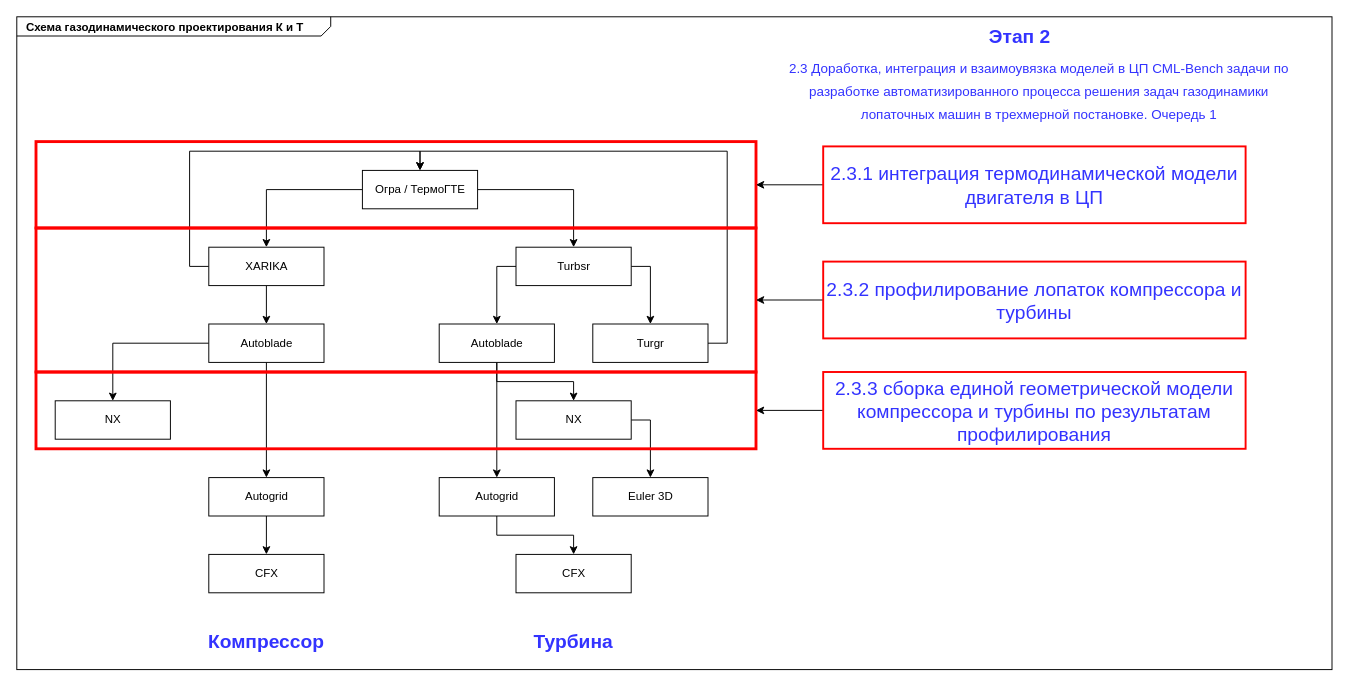
This is Gasdyn.drawio from AleksTikhonov/CML-Bench-API, a draw.io file, before an edit. Source tidied: cells renumbered, new cells numbered last; positions are measured from the earlier drawing's top-left corner, leaving out a move shared by most shapes. Both pictures are drawn from the tidied source at 96%, with x=0, y=0 at pixel (16, 16).
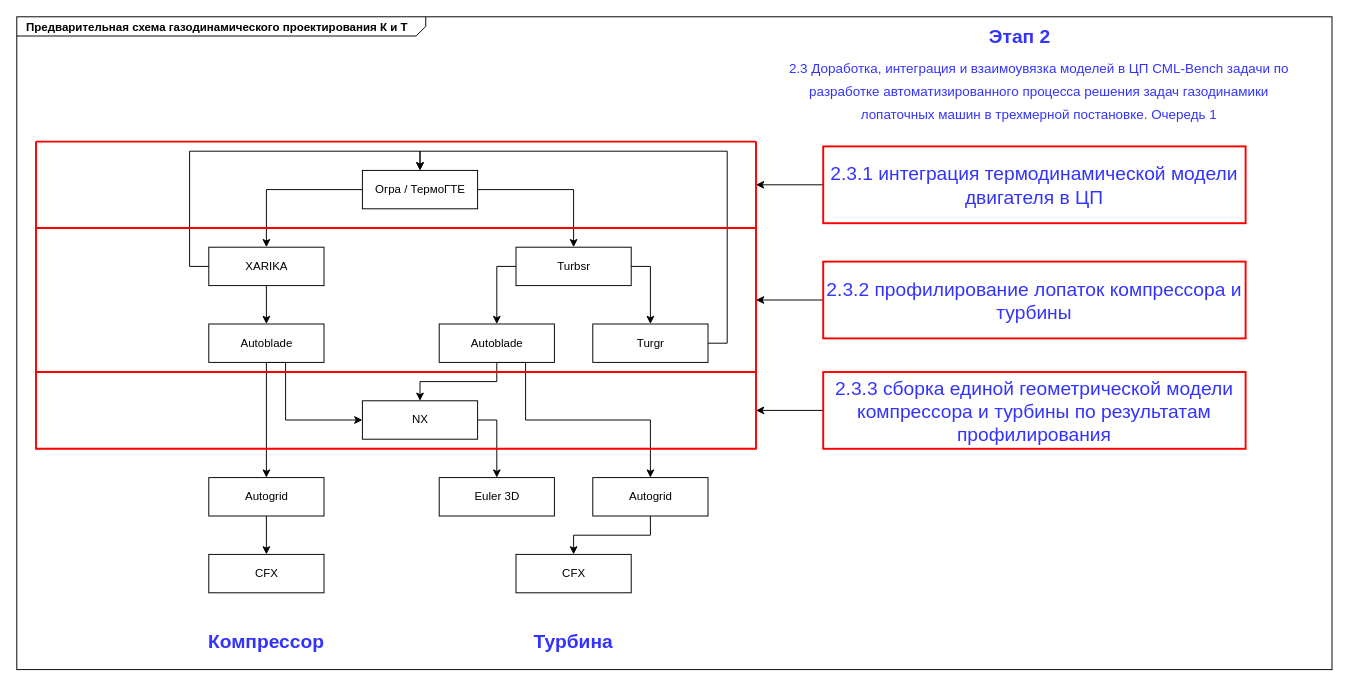
The same page after the edit.

Unchanged cells that the change refers to:
```xml
<mxCell id="37" value="2.3.1 интеграция термодинамической модели двигателя в ЦП" style="text;whiteSpace=wrap;html=1;fontSize=20;fontColor=#3333FF;align=center;verticalAlign=middle;strokeWidth=2;strokeColor=#FF0000;" parent="1" vertex="1">
  <mxGeometry x="840" y="135" width="440" height="80" as="geometry" />
</mxCell>
<mxCell id="39" value="2.3.2 профилирование лопаток компрессора и турбины" style="text;whiteSpace=wrap;html=1;fontSize=20;fontColor=#3333FF;align=center;verticalAlign=middle;strokeWidth=2;strokeColor=#FF0000;" parent="1" vertex="1">
  <mxGeometry x="840" y="255" width="440" height="80" as="geometry" />
</mxCell>
<mxCell id="41" value="2.3.3 сборка единой геометрической модели компрессора и турбины по результатам профилирования" style="text;whiteSpace=wrap;html=1;fontSize=20;fontColor=#3333FF;align=center;verticalAlign=middle;strokeWidth=2;strokeColor=#FF0000;" parent="1" vertex="1">
  <mxGeometry x="840" y="370" width="440" height="80" as="geometry" />
</mxCell>
```

Diff of the diagram source:
```diff
@@
-    <mxCell id="2" value="&lt;p style=&quot;margin: 0px ; margin-top: 4px ; margin-left: 10px ; text-align: left&quot;&gt;&lt;b&gt;Схема газодинамического проектирования К и Т&lt;/b&gt;&lt;/p&gt;" style="html=1;strokeWidth=1;shape=mxgraph.sysml.package;html=1;overflow=fill;whiteSpace=wrap;fillColor=none;gradientColor=none;fontSize=12;align=center;labelX=327.64;" parent="1" vertex="1">
+    <mxCell id="2" value="&lt;p style=&quot;margin: 0px ; margin-top: 4px ; margin-left: 10px ; text-align: left&quot;&gt;&lt;b&gt;Предварительная схема газодинамического проектирования К и Т&lt;/b&gt;&lt;/p&gt;" style="html=1;strokeWidth=1;shape=mxgraph.sysml.package;html=1;overflow=fill;whiteSpace=wrap;fillColor=none;gradientColor=none;fontSize=12;align=center;labelX=426;" parent="1" vertex="1">
       <mxGeometry width="1370" height="680" as="geometry" />
     </mxCell>
@@
-    <mxCell id="5" value="Огра / ТермоГТЕ" style="html=1;" parent="1" vertex="1">
-      <mxGeometry x="360" y="160" width="120" height="40" as="geometry" />
-    </mxCell>
-    <mxCell id="6" style="edgeStyle=orthogonalEdgeStyle;rounded=0;jettySize=auto;html=1;exitX=1;exitY=0.5;exitDx=0;exitDy=0;entryX=0.5;entryY=0;entryDx=0;entryDy=0;" parent="1" edge="1" source="8" target="10">
-      <mxGeometry relative="1" as="geometry" />
-    </mxCell>
-    <mxCell id="7" style="edgeStyle=orthogonalEdgeStyle;rounded=0;jettySize=auto;html=1;exitX=0;exitY=0.5;exitDx=0;exitDy=0;entryX=0.5;entryY=0;entryDx=0;entryDy=0;" parent="1" edge="1" source="8" target="13">
-      <mxGeometry relative="1" as="geometry" />
-    </mxCell>
-    <mxCell id="8" value="Turbsr" style="html=1;" parent="1" vertex="1">
-      <mxGeometry x="520" y="240" width="120" height="40" as="geometry" />
-    </mxCell>
@@
-    <mxCell id="10" value="Turgr" style="html=1;" parent="1" vertex="1">
-      <mxGeometry x="600" y="320" width="120" height="40" as="geometry" />
-    </mxCell>
@@
     <mxCell id="12" style="edgeStyle=orthogonalEdgeStyle;rounded=0;jettySize=auto;html=1;exitX=0.5;exitY=1;exitDx=0;exitDy=0;entryX=0.5;entryY=0;entryDx=0;entryDy=0;" parent="1" edge="1" source="13" target="18">
-      <mxGeometry relative="1" as="geometry" />
+      <mxGeometry relative="1" as="geometry">
+        <Array as="points">
+          <mxPoint x="530" y="360" />
+          <mxPoint x="530" y="420" />
+          <mxPoint x="660" y="420" />
+        </Array>
+      </mxGeometry>
     </mxCell>
-    <mxCell id="13" value="Autoblade" style="html=1;" parent="1" vertex="1">
-      <mxGeometry x="440" y="320" width="120" height="40" as="geometry" />
-    </mxCell>
@@
-    <mxCell id="15" value="NX" style="html=1;" parent="1" vertex="1">
-      <mxGeometry x="520" y="400" width="120" height="40" as="geometry" />
-    </mxCell>
     <mxCell id="16" value="Euler 3D" style="html=1;" parent="1" vertex="1">
-      <mxGeometry x="600" y="480" width="120" height="40" as="geometry" />
+      <mxGeometry x="440" y="480" width="120" height="40" as="geometry" />
     </mxCell>
@@
     <mxCell id="18" value="Autogrid" style="html=1;" parent="1" vertex="1">
-      <mxGeometry x="440" y="480" width="120" height="40" as="geometry" />
+      <mxGeometry x="600" y="480" width="120" height="40" as="geometry" />
     </mxCell>
@@
-    <mxCell id="20" style="edgeStyle=orthogonalEdgeStyle;rounded=0;jettySize=auto;html=1;exitX=0.5;exitY=1;exitDx=0;exitDy=0;entryX=0.5;entryY=0;entryDx=0;entryDy=0;" parent="1" edge="1" source="22" target="26">
-      <mxGeometry relative="1" as="geometry" />
-    </mxCell>
@@
-    <mxCell id="22" value="XARIKA" style="html=1;" parent="1" vertex="1">
-      <mxGeometry x="200" y="240" width="120" height="40" as="geometry" />
-    </mxCell>
-    <mxCell id="23" value="NX" style="html=1;" parent="1" vertex="1">
-      <mxGeometry x="40" y="400" width="120" height="40" as="geometry" />
-    </mxCell>
@@
-    <mxCell id="25" style="edgeStyle=orthogonalEdgeStyle;rounded=0;jettySize=auto;html=1;exitX=0;exitY=0.5;exitDx=0;exitDy=0;entryX=0.5;entryY=0;entryDx=0;entryDy=0;" parent="1" edge="1" source="26" target="23">
-      <mxGeometry relative="1" as="geometry" />
-    </mxCell>
-    <mxCell id="26" value="Autoblade" style="html=1;" parent="1" vertex="1">
-      <mxGeometry x="200" y="320" width="120" height="40" as="geometry" />
-    </mxCell>
+    <mxCell id="43" style="edgeStyle=orthogonalEdgeStyle;rounded=0;jettySize=auto;html=1;exitX=0.5;exitY=1;exitDx=0;exitDy=0;entryX=0;entryY=0.5;entryDx=0;entryDy=0;fontSize=20;fontColor=#3333FF;" parent="1" edge="1" source="26" target="15">
+      <mxGeometry relative="1" as="geometry">
+        <Array as="points">
+          <mxPoint x="280" y="360" />
+          <mxPoint x="280" y="420" />
+        </Array>
+      </mxGeometry>
+    </mxCell>
@@
-    <mxCell id="32" style="rounded=0;whiteSpace=wrap;html=1;fontSize=20;fontColor=#3333FF;fillColor=none;strokeColor=#FF0000;strokeWidth=3;" parent="1" vertex="1">
-      <mxGeometry x="20" y="130" width="750" height="90" as="geometry" />
-    </mxCell>
-    <mxCell id="33" style="rounded=0;whiteSpace=wrap;html=1;fontSize=20;fontColor=#3333FF;fillColor=none;strokeColor=#FF0000;strokeWidth=3;" parent="1" vertex="1">
-      <mxGeometry x="20" y="220" width="750" height="150" as="geometry" />
-    </mxCell>
-    <mxCell id="34" style="rounded=0;whiteSpace=wrap;html=1;fontSize=20;fontColor=#3333FF;fillColor=none;strokeColor=#FF0000;strokeWidth=3;" parent="1" vertex="1">
-      <mxGeometry x="20" y="370" width="750" height="80" as="geometry" />
-    </mxCell>
@@
-    <mxCell id="36" style="edgeStyle=orthogonalEdgeStyle;rounded=0;jettySize=auto;html=1;exitX=0;exitY=0.5;exitDx=0;exitDy=0;entryX=1;entryY=0.5;entryDx=0;entryDy=0;fontSize=20;fontColor=#3333FF;" parent="1" edge="1" source="37" target="32">
-      <mxGeometry relative="1" as="geometry" />
-    </mxCell>
+    <mxCell id="44" style="edgeStyle=orthogonalEdgeStyle;rounded=0;jettySize=auto;html=1;exitX=0;exitY=0.5;exitDx=0;exitDy=0;entryX=1;entryY=0.5;entryDx=0;entryDy=0;fontSize=20;fontColor=#3333FF;" parent="1" edge="1" source="37" target="49">
+      <mxGeometry relative="1" as="geometry" />
+    </mxCell>
@@
-    <mxCell id="38" style="edgeStyle=orthogonalEdgeStyle;rounded=0;jettySize=auto;html=1;exitX=0;exitY=0.5;exitDx=0;exitDy=0;entryX=1;entryY=0.5;entryDx=0;entryDy=0;fontSize=20;fontColor=#3333FF;" parent="1" edge="1" source="39" target="33">
-      <mxGeometry relative="1" as="geometry" />
-    </mxCell>
+    <mxCell id="45" style="edgeStyle=orthogonalEdgeStyle;rounded=0;jettySize=auto;html=1;exitX=0;exitY=0.5;exitDx=0;exitDy=0;entryX=1;entryY=0.5;entryDx=0;entryDy=0;fontSize=20;fontColor=#3333FF;" parent="1" edge="1" source="39" target="48">
+      <mxGeometry relative="1" as="geometry" />
+    </mxCell>
@@
-    <mxCell id="40" style="edgeStyle=orthogonalEdgeStyle;rounded=0;jettySize=auto;html=1;exitX=0;exitY=0.5;exitDx=0;exitDy=0;entryX=1;entryY=0.5;entryDx=0;entryDy=0;fontSize=20;fontColor=#3333FF;" parent="1" edge="1" source="41" target="34">
-      <mxGeometry relative="1" as="geometry" />
-    </mxCell>
+    <mxCell id="46" style="edgeStyle=orthogonalEdgeStyle;rounded=0;jettySize=auto;html=1;exitX=0;exitY=0.5;exitDx=0;exitDy=0;entryX=1;entryY=0.5;entryDx=0;entryDy=0;fontSize=20;fontColor=#3333FF;" parent="1" edge="1" source="41" target="47">
+      <mxGeometry relative="1" as="geometry" />
+    </mxCell>
@@
+    <mxCell id="47" style="swimlane;startSize=0;fontSize=20;fontColor=#3333FF;strokeColor=#FF0000;strokeWidth=2;fillColor=none;align=center;verticalAlign=middle;" parent="1" vertex="1">
+      <mxGeometry x="20" y="370" width="750" height="80" as="geometry" />
+    </mxCell>
+    <mxCell id="15" value="NX" style="html=1;" parent="47" vertex="1">
+      <mxGeometry x="340" y="30" width="120" height="40" as="geometry" />
+    </mxCell>
+    <mxCell id="48" style="swimlane;startSize=0;fontSize=20;fontColor=#3333FF;strokeColor=#FF0000;strokeWidth=2;fillColor=none;align=center;verticalAlign=middle;" parent="1" vertex="1">
+      <mxGeometry x="20" y="220" width="750" height="150" as="geometry" />
+    </mxCell>
+    <mxCell id="26" value="Autoblade" style="html=1;" parent="48" vertex="1">
+      <mxGeometry x="180" y="100" width="120" height="40" as="geometry" />
+    </mxCell>
+    <mxCell id="22" value="XARIKA" style="html=1;" parent="48" vertex="1">
+      <mxGeometry x="180" y="20" width="120" height="40" as="geometry" />
+    </mxCell>
+    <mxCell id="20" style="edgeStyle=orthogonalEdgeStyle;rounded=0;jettySize=auto;html=1;exitX=0.5;exitY=1;exitDx=0;exitDy=0;entryX=0.5;entryY=0;entryDx=0;entryDy=0;" parent="48" edge="1" source="22" target="26">
+      <mxGeometry relative="1" as="geometry" />
+    </mxCell>
+    <mxCell id="10" value="Turgr" style="html=1;" parent="48" vertex="1">
+      <mxGeometry x="580" y="100" width="120" height="40" as="geometry" />
+    </mxCell>
+    <mxCell id="13" value="Autoblade" style="html=1;" parent="48" vertex="1">
+      <mxGeometry x="420" y="100" width="120" height="40" as="geometry" />
+    </mxCell>
+    <mxCell id="8" value="Turbsr" style="html=1;" parent="48" vertex="1">
+      <mxGeometry x="500" y="20" width="120" height="40" as="geometry" />
+    </mxCell>
+    <mxCell id="6" style="edgeStyle=orthogonalEdgeStyle;rounded=0;jettySize=auto;html=1;exitX=1;exitY=0.5;exitDx=0;exitDy=0;entryX=0.5;entryY=0;entryDx=0;entryDy=0;" parent="48" edge="1" source="8" target="10">
+      <mxGeometry relative="1" as="geometry" />
+    </mxCell>
+    <mxCell id="7" style="edgeStyle=orthogonalEdgeStyle;rounded=0;jettySize=auto;html=1;exitX=0;exitY=0.5;exitDx=0;exitDy=0;entryX=0.5;entryY=0;entryDx=0;entryDy=0;" parent="48" edge="1" source="8" target="13">
+      <mxGeometry relative="1" as="geometry" />
+    </mxCell>
+    <mxCell id="49" style="swimlane;startSize=0;fontSize=20;fontColor=#3333FF;strokeColor=#FF0000;strokeWidth=2;fillColor=none;align=center;verticalAlign=middle;" parent="1" vertex="1">
+      <mxGeometry x="20" y="130" width="750" height="90" as="geometry" />
+    </mxCell>
+    <mxCell id="5" value="Огра / ТермоГТЕ" style="html=1;" parent="49" vertex="1">
+      <mxGeometry x="340" y="30" width="120" height="40" as="geometry" />
+    </mxCell>
```
